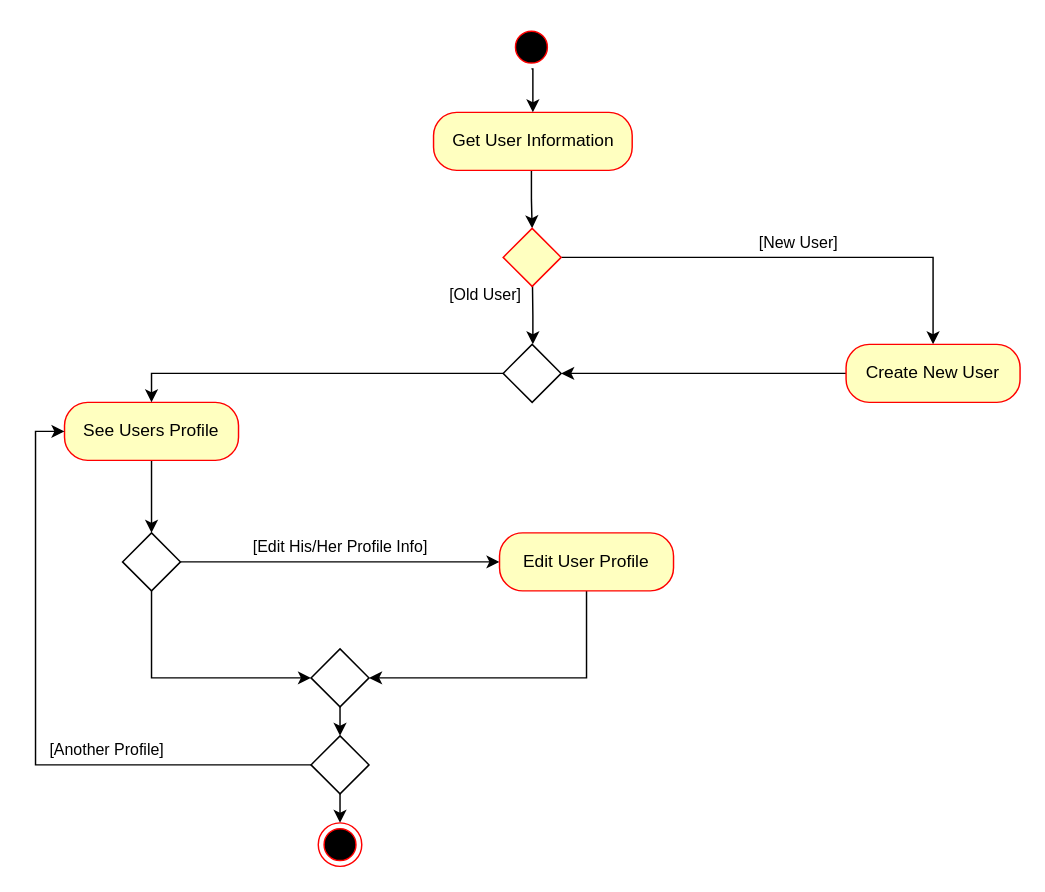
Before: General Analyze and Design/See and Edit Profile Activity Diagram.drawio in amirabbas8/ScrumOfficer, a draw.io diagram. Source tidied: cells renumbered, new cells numbered last; positions are measured from the earlier drawing's top-left corner, leaving out a move shared by most shapes. Both pictures are drawn from the tidied source at 145%, with x=0, y=0 at pixel (64, 25).
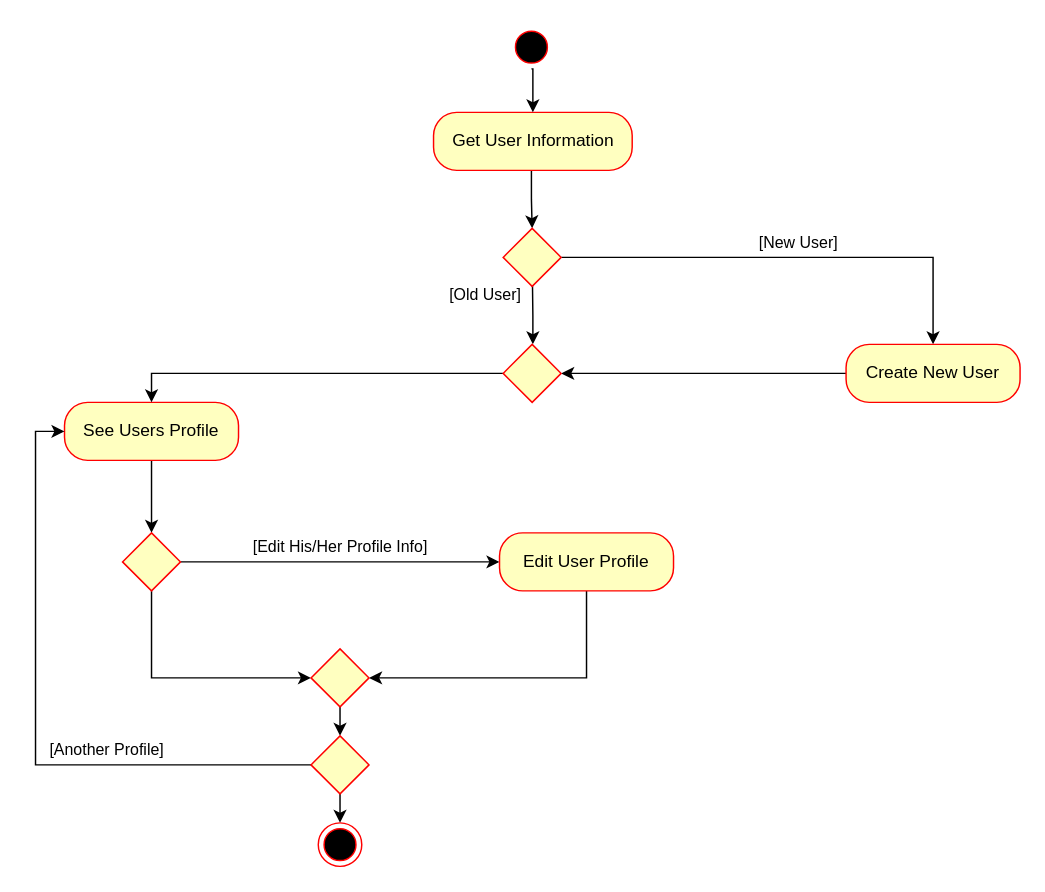
The same diagram, later.

Commit message:
Update See and Edit activity Diagram #5

Diff of the diagram source:
```diff
@@
-    <mxCell id="15" style="shape=rhombus;html=1;verticalLabelPosition=bottom;verticalAlignment=top;" parent="1" vertex="1">
+    <mxCell id="15" style="shape=rhombus;html=1;verticalLabelPosition=bottom;verticalAlignment=top;fillColor=#FFFfC0;strokeColor=#FF0000;" parent="1" vertex="1">
       <mxGeometry x="40" y="350" width="40" height="40" as="geometry" />
     </mxCell>
@@
-    <mxCell id="19" style="shape=rhombus;html=1;verticalLabelPosition=top;verticalAlignment=bottom;" parent="1" vertex="1">
+    <mxCell id="19" style="shape=rhombus;html=1;verticalLabelPosition=top;verticalAlignment=bottom;fillColor=#FFFFC0;strokeColor=#FF0000;" parent="1" vertex="1">
       <mxGeometry x="302.5" y="220" width="40" height="40" as="geometry" />
     </mxCell>
@@
-    <mxCell id="21" style="shape=rhombus;html=1;verticalLabelPosition=top;verticalAlignment=bottom;" parent="1" vertex="1">
+    <mxCell id="21" style="shape=rhombus;html=1;verticalLabelPosition=top;verticalAlignment=bottom;fillColor=#FFFFC0;strokeColor=#FF0000;" parent="1" vertex="1">
       <mxGeometry x="170" y="430" width="40" height="40" as="geometry" />
     </mxCell>
@@
-    <mxCell id="24" style="shape=rhombus;html=1;verticalLabelPosition=top;verticalAlignment=bottom;" parent="1" vertex="1">
+    <mxCell id="24" style="shape=rhombus;html=1;verticalLabelPosition=top;verticalAlignment=bottom;fillColor=#FFFFC0;strokeColor=#FF0000;" parent="1" vertex="1">
       <mxGeometry x="170" y="490" width="40" height="40" as="geometry" />
     </mxCell>
```
